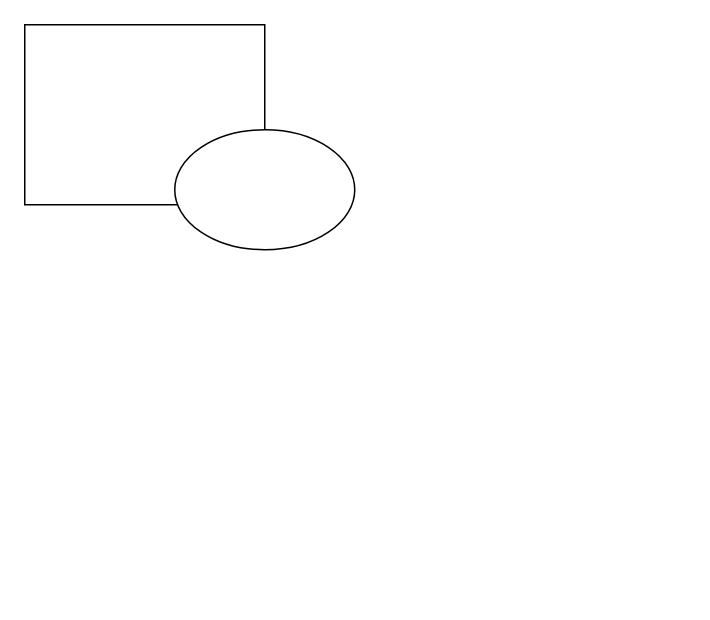
This is Test.drawio from GusFiuza/HTML-Examples, a draw.io file, before an edit. Source tidied: cells renumbered, new cells numbered last; positions are measured from the earlier drawing's top-left corner, leaving out a move shared by most shapes. Both pictures are drawn from the tidied source at 150%, with x=0, y=0 at pixel (24, 24).
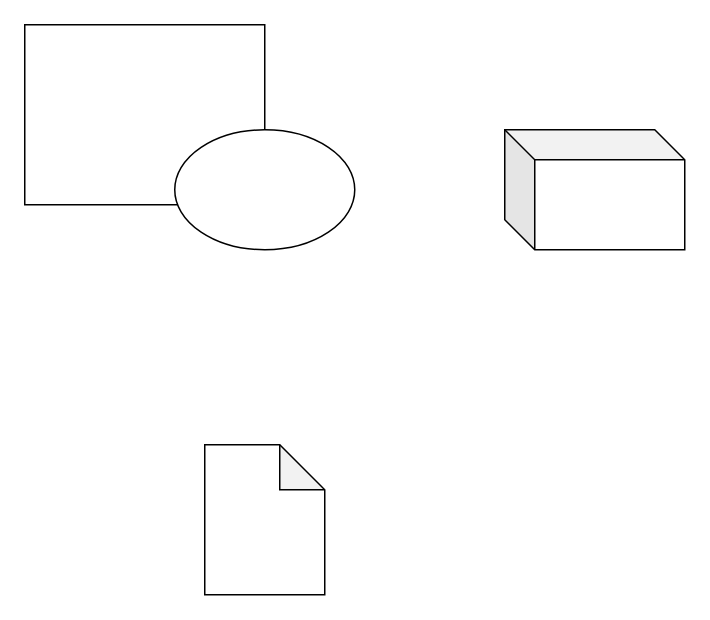
Above is the later version.

Diff of the diagram source:
```diff
@@
 <mxGraphModel>
   <root>
     <mxCell id="0" />
     <mxCell id="1" parent="0" />
     <mxCell id="2" style="rounded=0;whiteSpace=wrap;html=1;" parent="1" vertex="1">
       <mxGeometry width="160" height="120" as="geometry" />
     </mxCell>
     <mxCell id="3" style="ellipse;whiteSpace=wrap;html=1;" parent="1" vertex="1">
       <mxGeometry x="100" y="70" width="120" height="80" as="geometry" />
     </mxCell>
+    <mxCell id="4" style="shape=cube;whiteSpace=wrap;html=1;boundedLbl=1;backgroundOutline=1;darkOpacity=0.05;darkOpacity2=0.1;" parent="1" vertex="1">
+      <mxGeometry x="320" y="70" width="120" height="80" as="geometry" />
+    </mxCell>
+    <mxCell id="5" style="shape=note;whiteSpace=wrap;html=1;backgroundOutline=1;darkOpacity=0.05;" parent="1" vertex="1">
+      <mxGeometry x="120" y="280" width="80" height="100" as="geometry" />
+    </mxCell>
   </root>
 </mxGraphModel>
```
